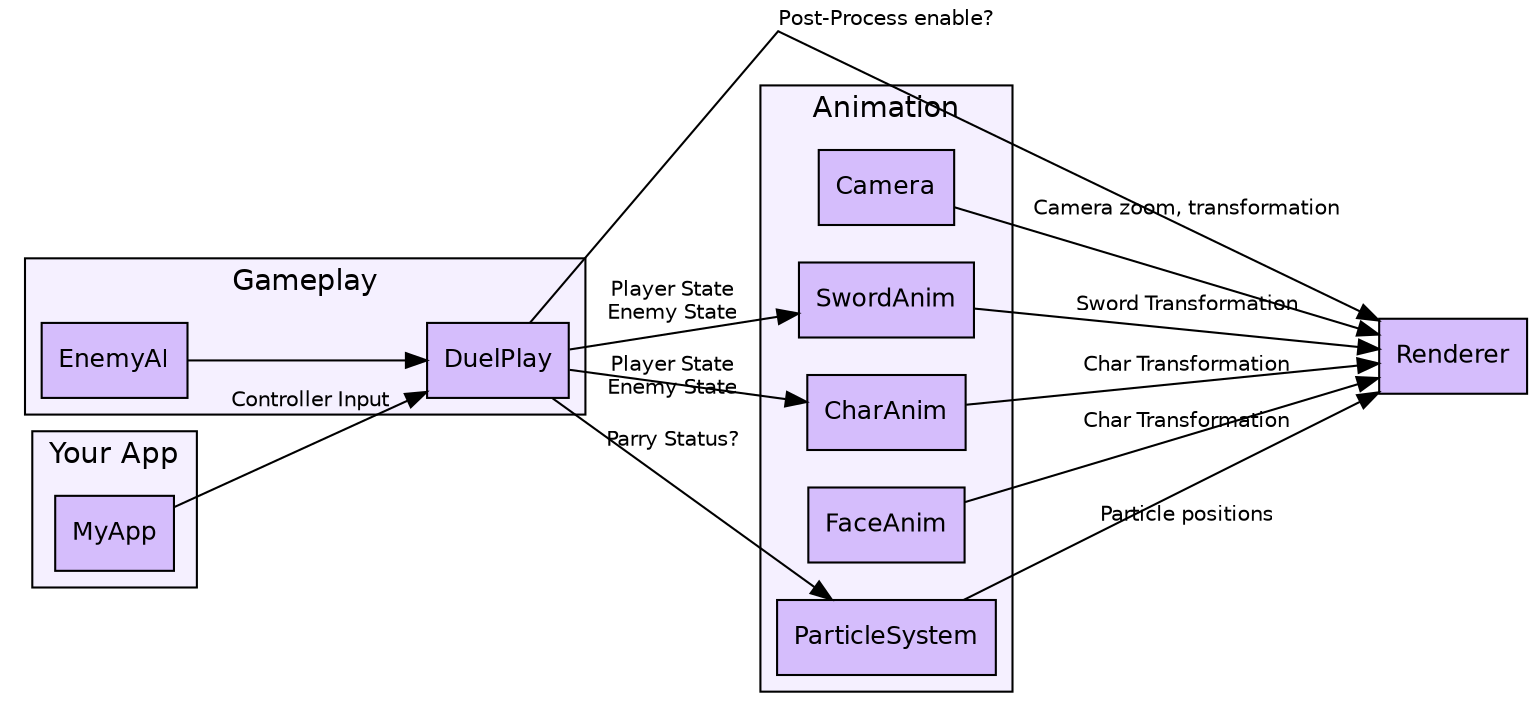
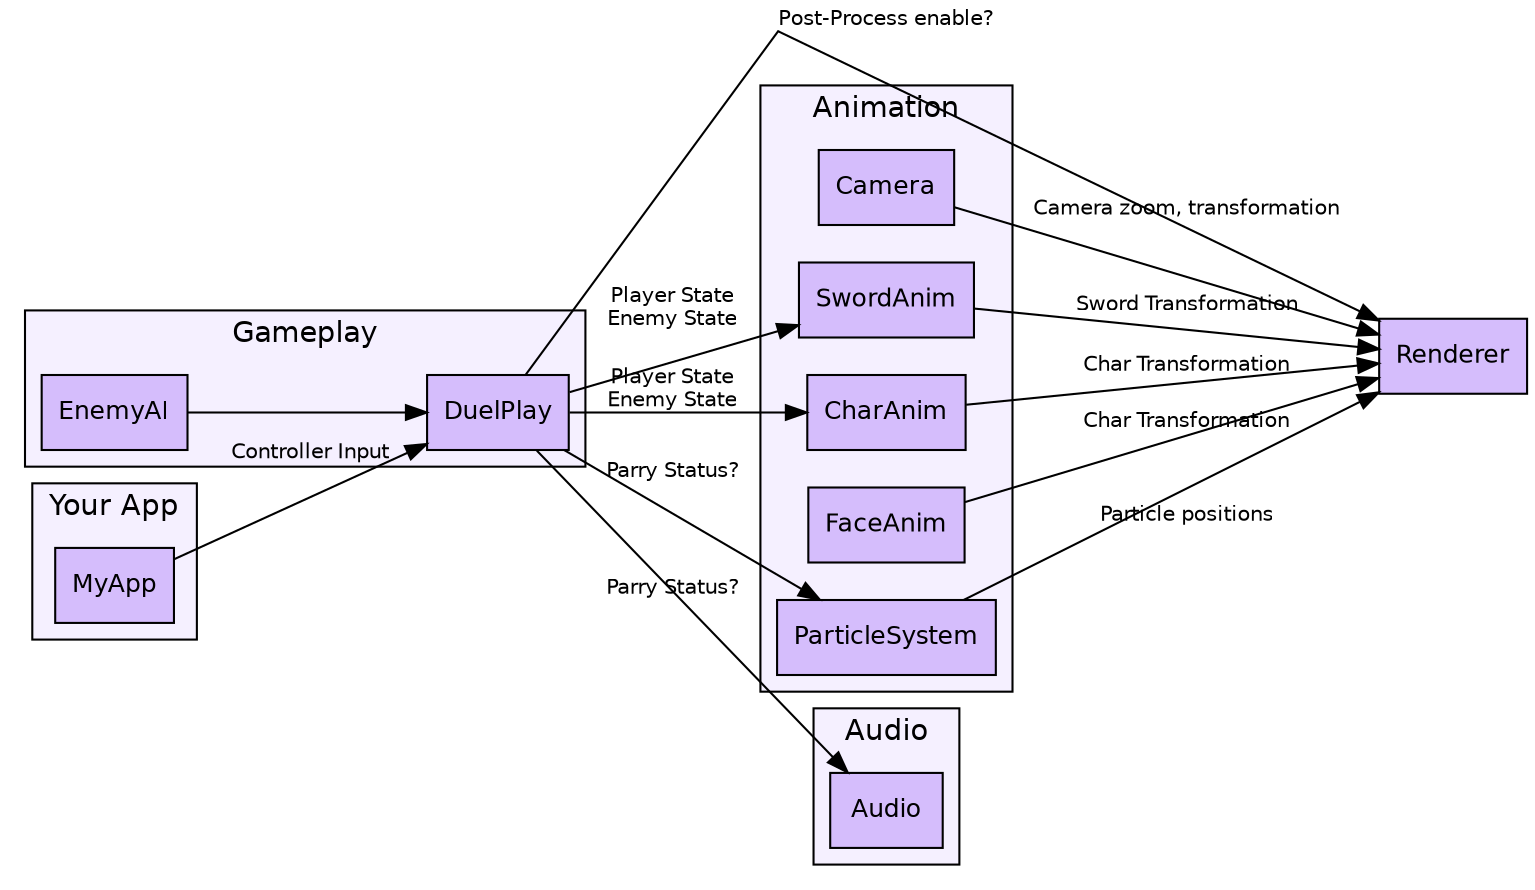
digraph call_graph {
    compound=true
    newrank=true
    graph [rankdir=LR, splines=line, fontname="Helvetica"]
    node  [fontname="Helvetica", fontsize=12, style=filled]
    edge  [fontname="Helvetica", fontsize=10]

    Renderer   [label="Renderer", shape=box, fillcolor="#d5bdfc"]
    subgraph cluster_App {
        label="Your App"
        style=filled
        fillcolor="#f5f0ff"
        MyApp    [label="MyApp", shape=box, fillcolor="#d5bdfc"]
    }
    subgraph cluster_Gameplay {
        label="Gameplay"
        style=filled
        fillcolor="#f5f0ff"
        DuelPlay    [label="DuelPlay", shape=box, fillcolor="#d5bdfc"]
        EnemyAI    [label="EnemyAI", shape=box, fillcolor="#d5bdfc"]
        EnemyAI -> DuelPlay
    }
    subgraph cluster_Animation {
        label="Animation"
        style=filled
        fillcolor="#f5f0ff"
        Camera    [label="Camera", shape=box, fillcolor="#d5bdfc"]
        SwordAnim    [label="SwordAnim", shape=box, fillcolor="#d5bdfc"]
        CharAnim    [label="CharAnim", shape=box, fillcolor="#d5bdfc"]
        FaceAnim    [label="FaceAnim", shape=box, fillcolor="#d5bdfc"]
        ParticleSystem    [label="ParticleSystem", shape=box, fillcolor="#d5bdfc"]
    }
- 
+     subgraph cluster_Audio {
+         label="Audio"
+         style=filled
+         fillcolor="#f5f0ff"
+         Audio    [label="Audio", shape=box, fillcolor="#d5bdfc"]
+     }
    MyApp -> DuelPlay [label="Controller Input"];
    DuelPlay -> SwordAnim [label="Player State\nEnemy State"];
    DuelPlay -> CharAnim [label="Player State\nEnemy State"];
    DuelPlay -> ParticleSystem [label="Parry Status?"];
+     DuelPlay -> Audio [label="Parry Status?"];
    SwordAnim -> Renderer [label="Sword Transformation"];
    CharAnim -> Renderer [label="Char Transformation"];
    FaceAnim -> Renderer [label="Char Transformation"];
    ParticleSystem -> Renderer [label="Particle positions"];
    DuelPlay -> Renderer [label="Post-Process enable?"];
    Camera -> Renderer [label="Camera zoom, transformation"];
}